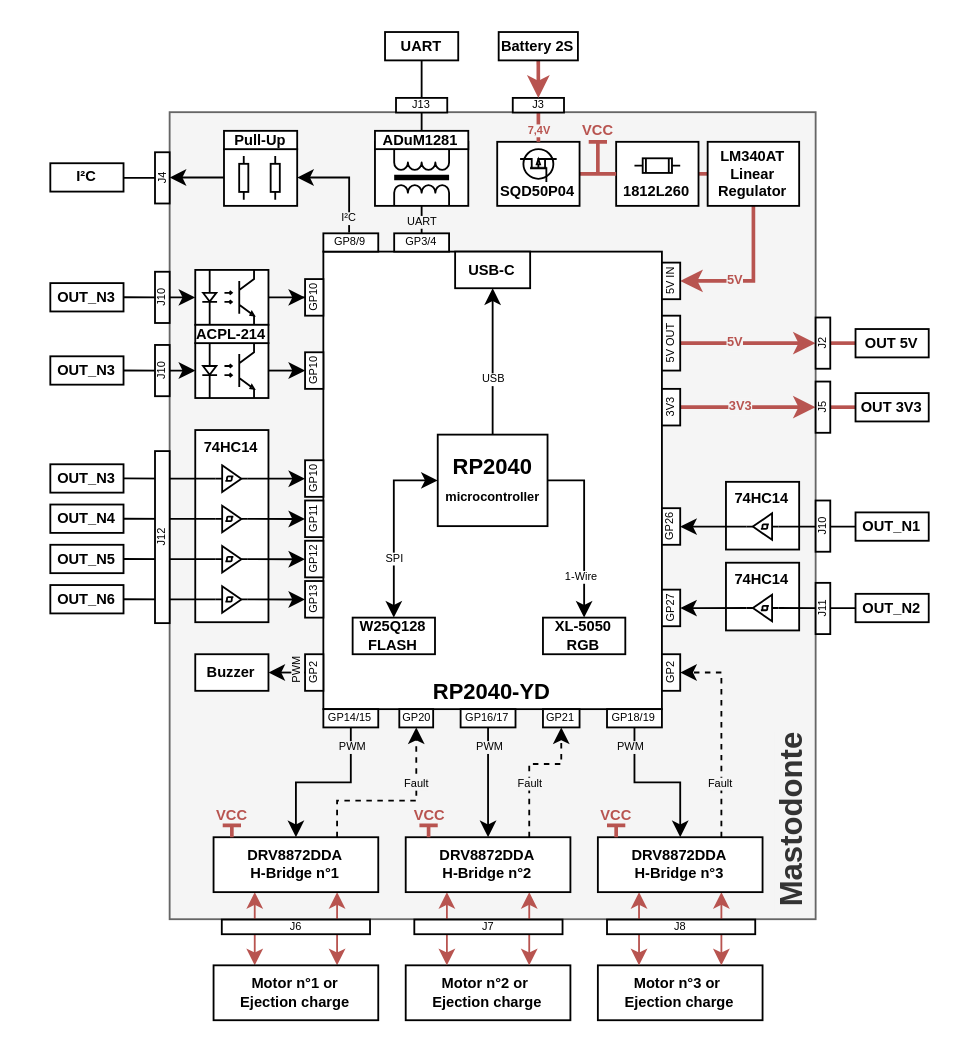
The draw.io diagram Document/Mastodonte.drawio in axpaul/Avionic-Mastodonte, before the edit. Source tidied: cells renumbered, new cells numbered last; positions are measured from the earlier drawing's top-left corner, leaving out a move shared by most shapes. Both pictures are drawn from the tidied source at 183%, with x=0, y=0 at pixel (49, 31).
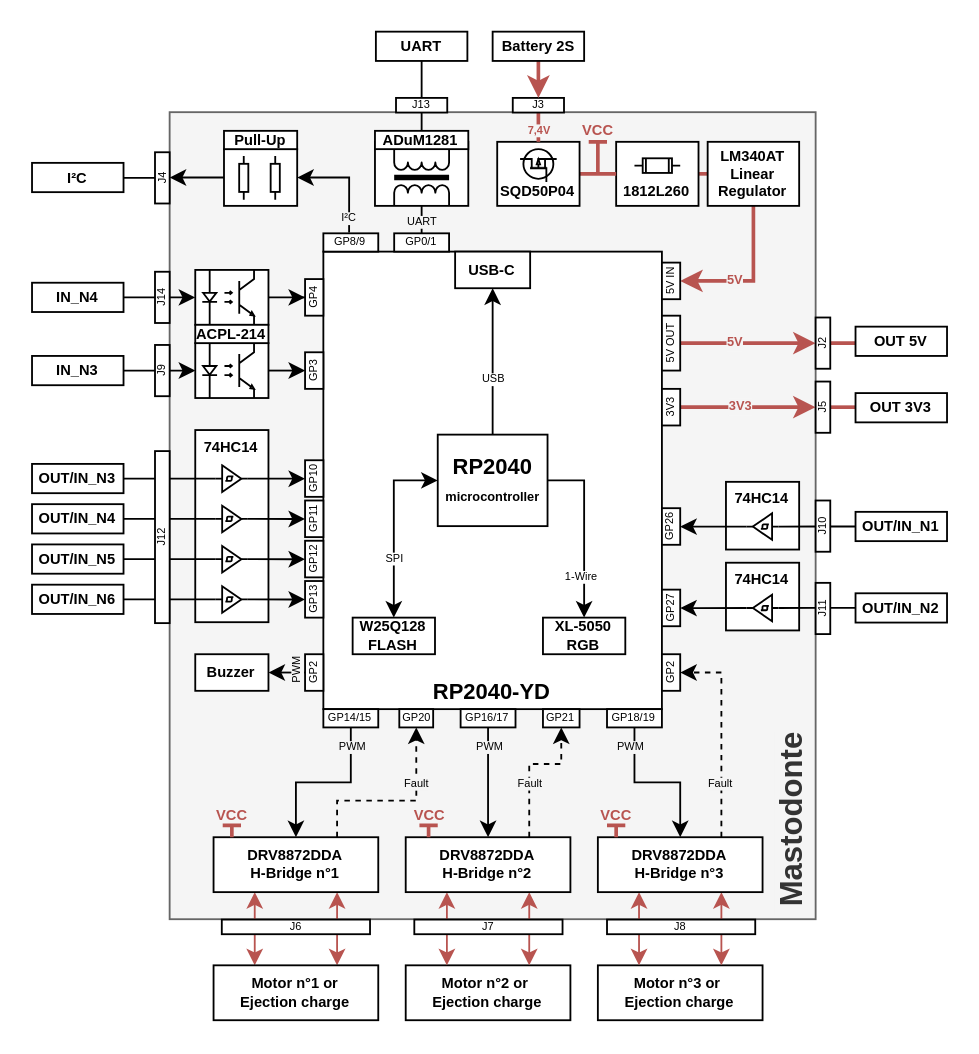
Above is the later version.

Diff of the diagram source:
```diff
@@
-    <mxCell id="68" value="OUT_N6" style="rounded=0;whiteSpace=wrap;html=1;fontStyle=1;fontSize=8;" parent="1" vertex="1">
-      <mxGeometry y="302.2" width="40" height="15.5" as="geometry" />
+    <mxCell id="68" value="OUT/IN_N6" style="rounded=0;whiteSpace=wrap;html=1;fontStyle=1;fontSize=8;" parent="1" vertex="1">
+      <mxGeometry x="-10" y="302" width="50" height="16" as="geometry" />
     </mxCell>
-    <mxCell id="69" value="OUT_N5" style="rounded=0;whiteSpace=wrap;html=1;fontStyle=1;fontSize=8;" parent="1" vertex="1">
-      <mxGeometry y="280.2" width="40" height="15.5" as="geometry" />
+    <mxCell id="69" value="OUT/IN_N5" style="rounded=0;whiteSpace=wrap;html=1;fontStyle=1;fontSize=8;" parent="1" vertex="1">
+      <mxGeometry x="-10" y="280" width="50" height="16" as="geometry" />
     </mxCell>
@@
-    <mxCell id="72" value="OUT_N4" style="rounded=0;whiteSpace=wrap;html=1;fontStyle=1;fontSize=8;" parent="1" vertex="1">
-      <mxGeometry y="258.2" width="40" height="15.5" as="geometry" />
+    <mxCell id="72" value="OUT/IN_N4" style="rounded=0;whiteSpace=wrap;html=1;fontStyle=1;fontSize=8;" parent="1" vertex="1">
+      <mxGeometry x="-10" y="258" width="50" height="16" as="geometry" />
     </mxCell>
@@
-    <mxCell id="74" value="OUT_N3" style="rounded=0;whiteSpace=wrap;html=1;fontStyle=1;fontSize=8;" parent="1" vertex="1">
-      <mxGeometry y="236.2" width="40" height="15.5" as="geometry" />
+    <mxCell id="74" value="OUT/IN_N3" style="rounded=0;whiteSpace=wrap;html=1;fontStyle=1;fontSize=8;" parent="1" vertex="1">
+      <mxGeometry x="-10" y="236" width="50" height="16" as="geometry" />
     </mxCell>
@@
-    <mxCell id="88" value="OUT_N2" style="rounded=0;whiteSpace=wrap;html=1;fontStyle=1;fontSize=8;" parent="1" vertex="1">
-      <mxGeometry x="440" y="307" width="40" height="15.5" as="geometry" />
+    <mxCell id="88" value="OUT/IN_N2" style="rounded=0;whiteSpace=wrap;html=1;fontStyle=1;fontSize=8;" parent="1" vertex="1">
+      <mxGeometry x="440" y="306.7" width="50" height="16" as="geometry" />
     </mxCell>
@@
-    <mxCell id="90" value="OUT_N1" style="rounded=0;whiteSpace=wrap;html=1;fontStyle=1;fontSize=8;" parent="1" vertex="1">
-      <mxGeometry x="440" y="262.5" width="40" height="15.5" as="geometry" />
+    <mxCell id="90" value="OUT/IN_N1" style="rounded=0;whiteSpace=wrap;html=1;fontStyle=1;fontSize=8;" parent="1" vertex="1">
+      <mxGeometry x="440" y="262.2" width="50" height="16" as="geometry" />
     </mxCell>
@@
-    <mxCell id="99" value="OUT_N3" style="rounded=0;whiteSpace=wrap;html=1;fontStyle=1;fontSize=8;" parent="1" vertex="1">
-      <mxGeometry y="177.2" width="40" height="15.5" as="geometry" />
+    <mxCell id="99" value="IN_N3" style="rounded=0;whiteSpace=wrap;html=1;fontStyle=1;fontSize=8;" parent="1" vertex="1">
+      <mxGeometry x="-10" y="177" width="50" height="16" as="geometry" />
     </mxCell>
-    <mxCell id="100" value="OUT_N3" style="rounded=0;whiteSpace=wrap;html=1;fontStyle=1;fontSize=8;" parent="1" vertex="1">
-      <mxGeometry y="137.2" width="40" height="15.5" as="geometry" />
+    <mxCell id="100" value="IN_N4" style="rounded=0;whiteSpace=wrap;html=1;fontStyle=1;fontSize=8;" parent="1" vertex="1">
+      <mxGeometry x="-10" y="137" width="50" height="16" as="geometry" />
     </mxCell>
@@
-    <mxCell id="102" value="J10" style="rounded=0;whiteSpace=wrap;html=1;rotation=-90;fontSize=6;fontStyle=0;" parent="1" vertex="1">
+    <mxCell id="102" value="J9" style="rounded=0;whiteSpace=wrap;html=1;rotation=-90;fontSize=6;fontStyle=0;" parent="1" vertex="1">
       <mxGeometry x="47.2" y="181" width="28" height="8" as="geometry" />
     </mxCell>
-    <mxCell id="103" value="J10" style="rounded=0;whiteSpace=wrap;html=1;rotation=-90;fontSize=6;fontStyle=0;" parent="1" vertex="1">
+    <mxCell id="103" value="J14" style="rounded=0;whiteSpace=wrap;html=1;rotation=-90;fontSize=6;fontStyle=0;" parent="1" vertex="1">
       <mxGeometry x="47.2" y="141" width="28" height="8" as="geometry" />
     </mxCell>
-    <mxCell id="104" value="GP10" style="rounded=0;whiteSpace=wrap;html=1;fontSize=6;rotation=-90;" parent="1" vertex="1">
+    <mxCell id="104" value="GP3" style="rounded=0;whiteSpace=wrap;html=1;fontSize=6;rotation=-90;" parent="1" vertex="1">
       <mxGeometry x="134.2" y="180" width="20" height="10" as="geometry" />
     </mxCell>
-    <mxCell id="105" value="GP10" style="rounded=0;whiteSpace=wrap;html=1;fontSize=6;rotation=-90;" parent="1" vertex="1">
+    <mxCell id="105" value="GP4" style="rounded=0;whiteSpace=wrap;html=1;fontSize=6;rotation=-90;" parent="1" vertex="1">
       <mxGeometry x="134.2" y="140" width="20" height="10" as="geometry" />
     </mxCell>
@@
-    <mxCell id="130" value="GP3/4" style="rounded=0;whiteSpace=wrap;html=1;fontSize=6;rotation=0;" parent="1" vertex="1">
+    <mxCell id="130" value="GP0/1" style="rounded=0;whiteSpace=wrap;html=1;fontSize=6;rotation=0;" parent="1" vertex="1">
       <mxGeometry x="187.9" y="110" width="30" height="10" as="geometry" />
     </mxCell>
@@
     <mxCell id="143" value="I²C" style="rounded=0;whiteSpace=wrap;html=1;fontStyle=1;fontSize=8;" parent="1" vertex="1">
-      <mxGeometry y="71.7" width="40" height="15.5" as="geometry" />
+      <mxGeometry x="-10" y="71.5" width="50" height="16" as="geometry" />
     </mxCell>
     <mxCell id="144" value="UART" style="rounded=0;whiteSpace=wrap;html=1;fontStyle=1;fontSize=8;" parent="1" vertex="1">
-      <mxGeometry x="182.9" width="40" height="15.5" as="geometry" />
+      <mxGeometry x="177.9" y="-0.2" width="50" height="16" as="geometry" />
     </mxCell>
@@
     <mxCell id="146" value="Battery 2S" style="rounded=0;whiteSpace=wrap;html=1;fontStyle=1;fontSize=8;" parent="1" vertex="1">
-      <mxGeometry x="245" width="43.3" height="15.5" as="geometry" />
+      <mxGeometry x="241.7" y="-0.2" width="50" height="16" as="geometry" />
     </mxCell>
     <mxCell id="147" value="OUT 3V3" style="rounded=0;whiteSpace=wrap;html=1;fontStyle=1;fontSize=8;" parent="1" vertex="1">
-      <mxGeometry x="440" y="197.3" width="40" height="15.5" as="geometry" />
+      <mxGeometry x="440" y="197.3" width="50" height="16" as="geometry" />
     </mxCell>
     <mxCell id="148" value="OUT 5V" style="rounded=0;whiteSpace=wrap;html=1;fontStyle=1;fontSize=8;" parent="1" vertex="1">
-      <mxGeometry x="440" y="162.3" width="40" height="15.5" as="geometry" />
+      <mxGeometry x="440" y="161" width="50" height="16" as="geometry" />
     </mxCell>
```
